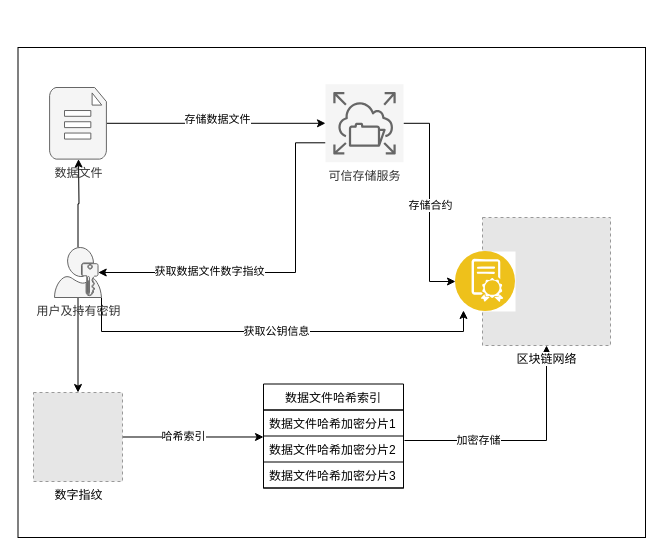
The draw.io diagram bts_chain_cid.drawio in luoweb/codeshow, before the edit. Source tidied: cells renumbered, new cells numbered last; positions are measured from the earlier drawing's top-left corner, leaving out a move shared by most shapes. Both pictures are drawn from the tidied source at 100%, with x=0, y=0 at pixel (17, 47). Pictures stored in the file or linked from it are replaced by grey dashed boxes.
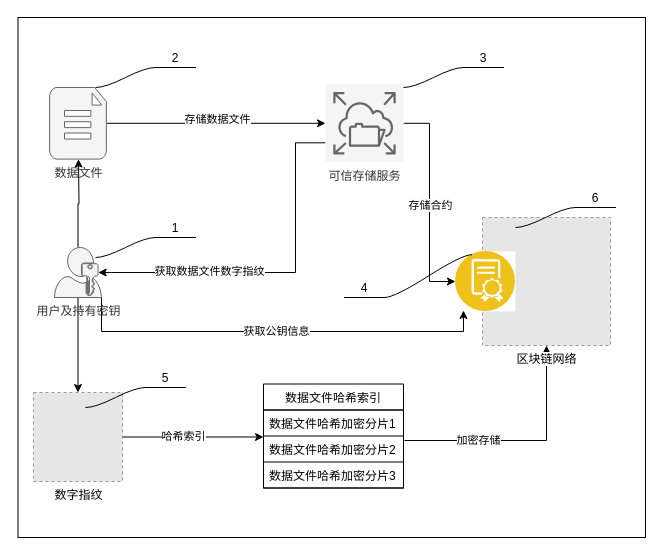
After the change.

The change refers to these unchanged cells:
```xml
<mxCell id="11" style="perimeter=ellipsePerimeter;html=1;align=center;shadow=0;dashed=0;fontColor=#4277BB;labelBackgroundColor=#ffffff;fontSize=12;spacingTop=3;image;image=img/lib/ibm/blockchain/smart_contract.svg;imageBackground=default;" parent="1" vertex="1">
  <mxGeometry x="438" y="204" width="60" height="60" as="geometry" />
</mxCell>
```

Change to the diagram source:
```diff
@@
     <mxCell id="2" style="rounded=0;whiteSpace=wrap;html=1;strokeColor=default;" parent="1" vertex="1">
-      <mxGeometry x="0.5" width="627.5" height="490" as="geometry" />
+      <mxGeometry x="0.5" y="-30" width="627.5" height="520" as="geometry" />
     </mxCell>
@@
+    <mxCell id="26" value="2" style="whiteSpace=wrap;html=1;shape=partialRectangle;top=0;left=0;bottom=1;right=0;points=[[0,1],[1,1]];fillColor=none;align=center;verticalAlign=bottom;routingCenterY=0.5;snapToPoint=1;newEdgeStyle={&quot;edgeStyle&quot;:&quot;entityRelationEdgeStyle&quot;,&quot;startArrow&quot;:&quot;none&quot;,&quot;endArrow&quot;:&quot;none&quot;,&quot;segment&quot;:10,&quot;curved&quot;:1};strokeColor=default;" parent="1" vertex="1">
+      <mxGeometry x="138" width="40" height="20" as="geometry" />
+    </mxCell>
+    <mxCell id="27" style="edgeStyle=entityRelationEdgeStyle;startArrow=none;endArrow=none;segment=10;curved=1;rounded=0;" parent="1" edge="1" target="26">
+      <mxGeometry relative="1" as="geometry">
+        <mxPoint x="78" y="40" as="sourcePoint" />
+      </mxGeometry>
+    </mxCell>
+    <mxCell id="28" value="1" style="whiteSpace=wrap;html=1;shape=partialRectangle;top=0;left=0;bottom=1;right=0;points=[[0,1],[1,1]];fillColor=none;align=center;verticalAlign=bottom;routingCenterY=0.5;snapToPoint=1;newEdgeStyle={&quot;edgeStyle&quot;:&quot;entityRelationEdgeStyle&quot;,&quot;startArrow&quot;:&quot;none&quot;,&quot;endArrow&quot;:&quot;none&quot;,&quot;segment&quot;:10,&quot;curved&quot;:1};strokeColor=default;" parent="1" vertex="1">
+      <mxGeometry x="138" y="170" width="40" height="20" as="geometry" />
+    </mxCell>
+    <mxCell id="29" style="edgeStyle=entityRelationEdgeStyle;startArrow=none;endArrow=none;segment=10;curved=1;rounded=0;" parent="1" edge="1" target="28">
+      <mxGeometry relative="1" as="geometry">
+        <mxPoint x="78" y="210" as="sourcePoint" />
+      </mxGeometry>
+    </mxCell>
+    <mxCell id="30" value="5" style="whiteSpace=wrap;html=1;shape=partialRectangle;top=0;left=0;bottom=1;right=0;points=[[0,1],[1,1]];fillColor=none;align=center;verticalAlign=bottom;routingCenterY=0.5;snapToPoint=1;newEdgeStyle={&quot;edgeStyle&quot;:&quot;entityRelationEdgeStyle&quot;,&quot;startArrow&quot;:&quot;none&quot;,&quot;endArrow&quot;:&quot;none&quot;,&quot;segment&quot;:10,&quot;curved&quot;:1};strokeColor=default;" parent="1" vertex="1">
+      <mxGeometry x="128" y="320" width="40" height="20" as="geometry" />
+    </mxCell>
+    <mxCell id="31" style="edgeStyle=entityRelationEdgeStyle;startArrow=none;endArrow=none;segment=10;curved=1;rounded=0;" parent="1" edge="1" target="30">
+      <mxGeometry relative="1" as="geometry">
+        <mxPoint x="68" y="360" as="sourcePoint" />
+      </mxGeometry>
+    </mxCell>
+    <mxCell id="32" value="3" style="whiteSpace=wrap;html=1;shape=partialRectangle;top=0;left=0;bottom=1;right=0;points=[[0,1],[1,1]];fillColor=none;align=center;verticalAlign=bottom;routingCenterY=0.5;snapToPoint=1;newEdgeStyle={&quot;edgeStyle&quot;:&quot;entityRelationEdgeStyle&quot;,&quot;startArrow&quot;:&quot;none&quot;,&quot;endArrow&quot;:&quot;none&quot;,&quot;segment&quot;:10,&quot;curved&quot;:1};strokeColor=default;" parent="1" vertex="1">
+      <mxGeometry x="446" width="40" height="20" as="geometry" />
+    </mxCell>
+    <mxCell id="33" style="edgeStyle=entityRelationEdgeStyle;startArrow=none;endArrow=none;segment=10;curved=1;rounded=0;" parent="1" edge="1" target="32">
+      <mxGeometry relative="1" as="geometry">
+        <mxPoint x="386" y="40" as="sourcePoint" />
+      </mxGeometry>
+    </mxCell>
+    <mxCell id="34" value="6" style="whiteSpace=wrap;html=1;shape=partialRectangle;top=0;left=0;bottom=1;right=0;points=[[0,1],[1,1]];fillColor=none;align=center;verticalAlign=bottom;routingCenterY=0.5;snapToPoint=1;newEdgeStyle={&quot;edgeStyle&quot;:&quot;entityRelationEdgeStyle&quot;,&quot;startArrow&quot;:&quot;none&quot;,&quot;endArrow&quot;:&quot;none&quot;,&quot;segment&quot;:10,&quot;curved&quot;:1};strokeColor=default;" parent="1" vertex="1">
+      <mxGeometry x="558" y="140" width="40" height="20" as="geometry" />
+    </mxCell>
+    <mxCell id="35" style="edgeStyle=entityRelationEdgeStyle;startArrow=none;endArrow=none;segment=10;curved=1;rounded=0;" parent="1" edge="1" target="34">
+      <mxGeometry relative="1" as="geometry">
+        <mxPoint x="498" y="180" as="sourcePoint" />
+      </mxGeometry>
+    </mxCell>
+    <mxCell id="36" value="4" style="whiteSpace=wrap;html=1;shape=partialRectangle;top=0;left=0;bottom=1;right=0;points=[[0,1],[1,1]];fillColor=none;align=center;verticalAlign=bottom;routingCenterY=0.5;snapToPoint=1;newEdgeStyle={&quot;edgeStyle&quot;:&quot;entityRelationEdgeStyle&quot;,&quot;startArrow&quot;:&quot;none&quot;,&quot;endArrow&quot;:&quot;none&quot;,&quot;segment&quot;:10,&quot;curved&quot;:1};strokeColor=default;" parent="1" vertex="1">
+      <mxGeometry x="327" y="230" width="40" height="20" as="geometry" />
+    </mxCell>
+    <mxCell id="37" style="edgeStyle=entityRelationEdgeStyle;startArrow=none;endArrow=none;segment=10;curved=1;rounded=0;exitX=0.25;exitY=0;exitDx=0;exitDy=0;" parent="1" edge="1" source="11" target="36">
+      <mxGeometry relative="1" as="geometry" />
+    </mxCell>
```
